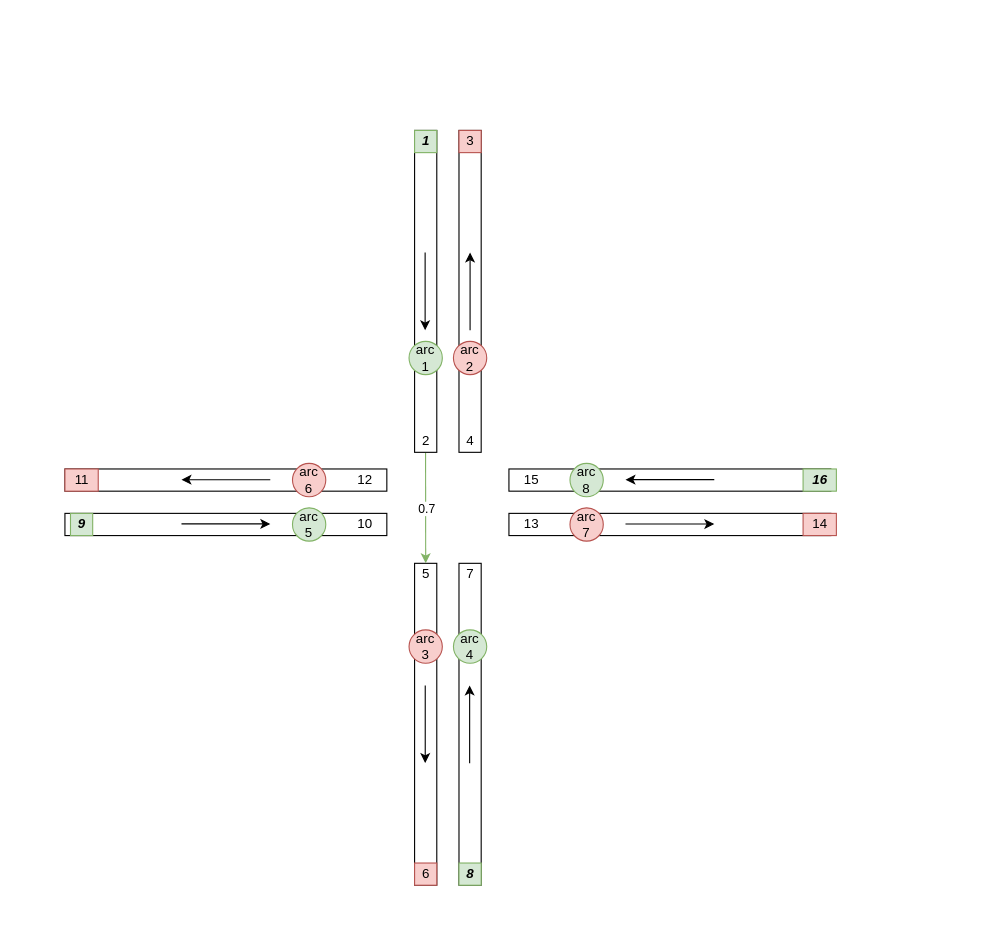
Eightina/Digital-Twin-CTM keeps this draw.io diagram as Digital-Twin/experiment design.drawio. Above is the earlier version. Source tidied: cells renumbered, new cells numbered last; positions are measured from the earlier drawing's top-left corner, leaving out a move shared by most shapes. Both pictures are drawn from the tidied source at 111%, with x=0, y=0 at pixel (64, 130).
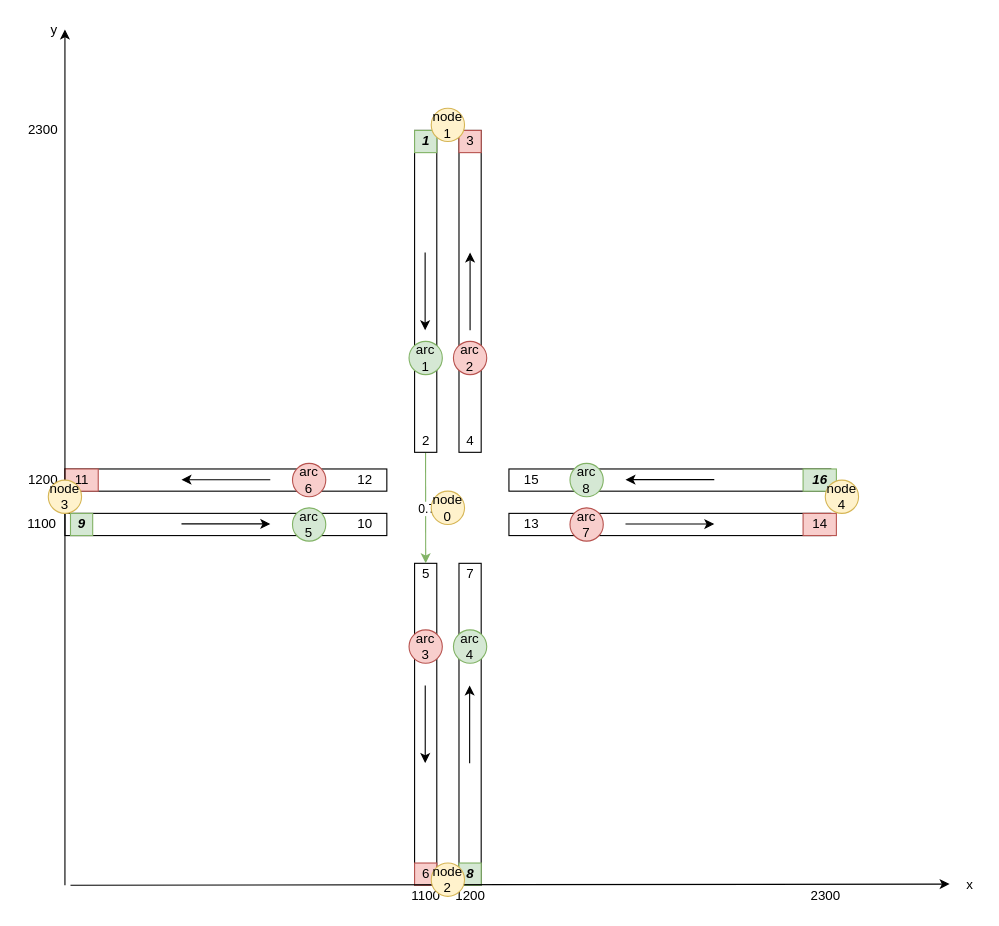
The same page after the edit.

What changed in the source:
```diff
@@
+    <mxCell id="44" value="x" style="text;html=1;align=center;verticalAlign=middle;strokeColor=none;fillColor=none;" parent="1" vertex="1">
+      <mxGeometry x="805" y="670" width="20" height="20" as="geometry" />
+    </mxCell>
+    <mxCell id="45" value="y&lt;br&gt;" style="text;html=1;align=center;verticalAlign=middle;strokeColor=none;fillColor=none;" parent="1" vertex="1">
+      <mxGeometry x="-20" y="-100" width="20" height="20" as="geometry" />
+    </mxCell>
+    <mxCell id="46" value="1100" style="text;html=1;align=center;verticalAlign=middle;strokeColor=none;fillColor=none;" parent="1" vertex="1">
+      <mxGeometry x="-41" y="345" width="40" height="20" as="geometry" />
+    </mxCell>
+    <mxCell id="47" value="1200" style="text;html=1;align=center;verticalAlign=middle;strokeColor=none;fillColor=none;" parent="1" vertex="1">
+      <mxGeometry x="-40" y="305" width="40" height="20" as="geometry" />
+    </mxCell>
+    <mxCell id="48" value="1100" style="text;html=1;align=center;verticalAlign=middle;strokeColor=none;fillColor=none;" parent="1" vertex="1">
+      <mxGeometry x="305" y="680" width="40" height="20" as="geometry" />
+    </mxCell>
+    <mxCell id="49" value="1200" style="text;html=1;align=center;verticalAlign=middle;strokeColor=none;fillColor=none;" parent="1" vertex="1">
+      <mxGeometry x="345" y="680" width="40" height="20" as="geometry" />
+    </mxCell>
+    <mxCell id="50" value="2300" style="text;html=1;align=center;verticalAlign=middle;strokeColor=none;fillColor=none;" parent="1" vertex="1">
+      <mxGeometry x="665" y="680" width="40" height="20" as="geometry" />
+    </mxCell>
+    <mxCell id="51" value="2300" style="text;html=1;align=center;verticalAlign=middle;strokeColor=none;fillColor=none;" parent="1" vertex="1">
+      <mxGeometry x="-40" y="-10" width="40" height="20" as="geometry" />
+    </mxCell>
+    <mxCell id="52" style="endArrow=classic;html=1;rounded=0;" parent="1" edge="1">
+      <mxGeometry relative="1" as="geometry">
+        <mxPoint y="680" as="sourcePoint" />
+        <mxPoint y="-91" as="targetPoint" />
+      </mxGeometry>
+    </mxCell>
+    <mxCell id="53" style="endArrow=classic;html=1;rounded=0;" parent="1" edge="1">
+      <mxGeometry relative="1" as="geometry">
+        <mxPoint x="5" y="680" as="sourcePoint" />
+        <mxPoint x="797" y="679" as="targetPoint" />
+      </mxGeometry>
+    </mxCell>
+    <mxCell id="54" value="node&lt;br&gt;1" style="ellipse;whiteSpace=wrap;html=1;fillColor=#fff2cc;strokeColor=#d6b656;" parent="1" vertex="1">
+      <mxGeometry x="330" y="-20" width="30" height="30" as="geometry" />
+    </mxCell>
+    <mxCell id="55" value="node&lt;br&gt;0" style="ellipse;whiteSpace=wrap;html=1;fillColor=#fff2cc;strokeColor=#d6b656;" parent="1" vertex="1">
+      <mxGeometry x="330" y="325" width="30" height="30" as="geometry" />
+    </mxCell>
+    <mxCell id="56" value="node&lt;br&gt;2" style="ellipse;whiteSpace=wrap;html=1;fillColor=#fff2cc;strokeColor=#d6b656;" parent="1" vertex="1">
+      <mxGeometry x="330" y="660" width="30" height="30" as="geometry" />
+    </mxCell>
+    <mxCell id="57" value="node&lt;br&gt;3" style="ellipse;whiteSpace=wrap;html=1;fillColor=#fff2cc;strokeColor=#d6b656;" parent="1" vertex="1">
+      <mxGeometry x="-15" y="315" width="30" height="30" as="geometry" />
+    </mxCell>
+    <mxCell id="58" value="node&lt;br&gt;4" style="ellipse;whiteSpace=wrap;html=1;fillColor=#fff2cc;strokeColor=#d6b656;" parent="1" vertex="1">
+      <mxGeometry x="685" y="315" width="30" height="30" as="geometry" />
+    </mxCell>
```
